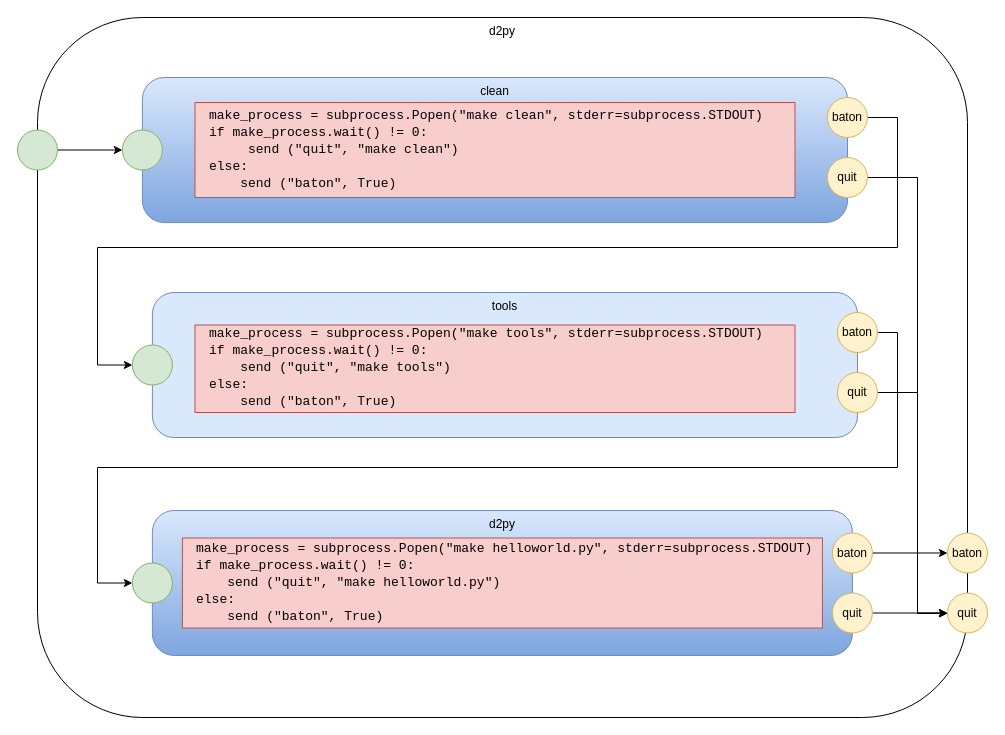
This is d2py.drawio from guitarvydas/das, a draw.io file, before an edit. Source tidied: cells renumbered, new cells numbered last; positions are measured from the earlier drawing's top-left corner, leaving out a move shared by most shapes. Both pictures are drawn from the tidied source at 100%, with x=0, y=0 at pixel (17, 17).
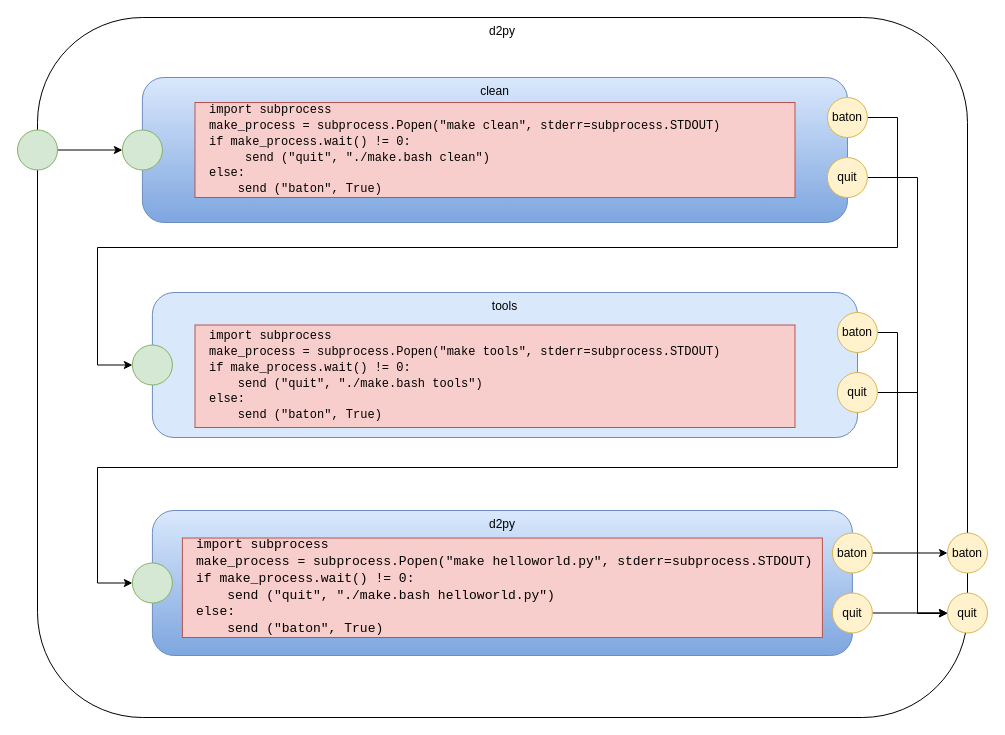
The same page after the edit.

Diff of the diagram source:
```diff
@@
-    <mxCell id="6" value="&lt;pre class=&quot;lang-py s-code-block&quot; style=&quot;margin-top: 0px ; margin-bottom: 0px ; padding: 12px ; border: 0px ; font-stretch: inherit ; line-height: 1.30769 ; vertical-align: baseline ; box-sizing: inherit ; width: auto ; max-height: 600px ; overflow: auto ; border-radius: 5px ; overflow-wrap: normal&quot;&gt;&lt;span style=&quot;font-size: 13px&quot;&gt;make_process = subprocess.Popen(&quot;make clean&quot;, stderr=subprocess.STDOUT)&lt;br&gt;if make_process.wait() != 0:&lt;br&gt;     send (&quot;quit&quot;, &quot;make clean&quot;)&lt;br&gt;else:&lt;br&gt;    send (&quot;baton&quot;, True)&lt;/span&gt;&lt;/pre&gt;&lt;div&gt;&lt;/div&gt;" style="rounded=0;whiteSpace=wrap;html=1;fillColor=#f8cecc;strokeColor=#b85450;align=left;" parent="1" vertex="1">
+    <mxCell id="6" value="&lt;pre class=&quot;lang-py s-code-block&quot; style=&quot;margin-top: 0px ; margin-bottom: 0px ; padding: 12px ; border: 0px ; font-stretch: inherit ; line-height: 1.30769 ; vertical-align: baseline ; box-sizing: inherit ; width: auto ; max-height: 600px ; overflow: auto ; border-radius: 5px ; overflow-wrap: normal&quot;&gt;import subprocess&lt;br&gt;make_process = subprocess.Popen(&quot;make clean&quot;, stderr=subprocess.STDOUT)&lt;br&gt;if make_process.wait() != 0:&lt;br&gt;     send (&quot;quit&quot;, &quot;./make.bash clean&quot;)&lt;br&gt;else:&lt;br&gt;    send (&quot;baton&quot;, True)&lt;/pre&gt;&lt;div&gt;&lt;/div&gt;" style="rounded=0;whiteSpace=wrap;html=1;fillColor=#f8cecc;strokeColor=#b85450;align=left;" parent="1" vertex="1">
       <mxGeometry x="177.5" y="85" width="600" height="95" as="geometry" />
     </mxCell>
-    <mxCell id="7" value="&lt;pre class=&quot;lang-py s-code-block&quot; style=&quot;margin-top: 0px ; margin-bottom: 0px ; padding: 12px ; border: 0px ; font-stretch: inherit ; line-height: 1.30769 ; vertical-align: baseline ; box-sizing: inherit ; width: auto ; max-height: 600px ; overflow: auto ; border-radius: 5px ; overflow-wrap: normal&quot;&gt;&lt;span style=&quot;font-size: 13px&quot;&gt;make_process = subprocess.Popen(&quot;make tools&quot;, stderr=subprocess.STDOUT)&lt;br&gt;if make_process.wait() != 0:&lt;br&gt;    send (&quot;quit&quot;, &quot;make tools&quot;)&lt;br&gt;else:&lt;br&gt;    send (&quot;baton&quot;, True)&lt;/span&gt;&lt;/pre&gt;&lt;div&gt;&lt;/div&gt;" style="rounded=0;whiteSpace=wrap;html=1;fillColor=#f8cecc;strokeColor=#b85450;align=left;" parent="1" vertex="1">
-      <mxGeometry x="177.5" y="307.5" width="600" height="87.5" as="geometry" />
+    <mxCell id="7" value="&lt;pre class=&quot;lang-py s-code-block&quot; style=&quot;margin-top: 0px ; margin-bottom: 0px ; padding: 12px ; border: 0px ; font-stretch: inherit ; line-height: 1.30769 ; vertical-align: baseline ; box-sizing: inherit ; width: auto ; max-height: 600px ; overflow: auto ; border-radius: 5px ; overflow-wrap: normal&quot;&gt;import subprocess&lt;br&gt;make_process = subprocess.Popen(&quot;make tools&quot;, stderr=subprocess.STDOUT)&lt;br&gt;if make_process.wait() != 0:&lt;br&gt;    send (&quot;quit&quot;, &quot;./make.bash tools&quot;)&lt;br&gt;else:&lt;br&gt;    send (&quot;baton&quot;, True)&lt;/pre&gt;&lt;div&gt;&lt;/div&gt;" style="rounded=0;whiteSpace=wrap;html=1;fillColor=#f8cecc;strokeColor=#b85450;align=left;" parent="1" vertex="1">
+      <mxGeometry x="177.5" y="307.5" width="600" height="102.5" as="geometry" />
     </mxCell>
-    <mxCell id="8" value="&lt;pre class=&quot;lang-py s-code-block&quot; style=&quot;margin-top: 0px ; margin-bottom: 0px ; padding: 12px ; border: 0px ; font-stretch: inherit ; line-height: 1.30769 ; vertical-align: baseline ; box-sizing: inherit ; width: auto ; max-height: 600px ; overflow: auto ; border-radius: 5px ; overflow-wrap: normal&quot;&gt;&lt;span style=&quot;font-size: 13px&quot;&gt;make_process = subprocess.Popen(&quot;make helloworld.py&quot;, stderr=subprocess.STDOUT)&lt;br&gt;if make_process.wait() != 0:&lt;br&gt;    send (&quot;quit&quot;, &quot;make helloworld.py&quot;)&lt;br&gt;else:&lt;br&gt;    send (&quot;baton&quot;, True)&lt;/span&gt;&lt;/pre&gt;&lt;div&gt;&lt;/div&gt;" style="rounded=0;whiteSpace=wrap;html=1;fillColor=#f8cecc;strokeColor=#b85450;align=left;" parent="1" vertex="1">
-      <mxGeometry x="164.9" y="520.5" width="640" height="90" as="geometry" />
+    <mxCell id="8" value="&lt;pre class=&quot;lang-py s-code-block&quot; style=&quot;margin-top: 0px ; margin-bottom: 0px ; padding: 12px ; border: 0px ; font-stretch: inherit ; line-height: 1.30769 ; vertical-align: baseline ; box-sizing: inherit ; width: auto ; max-height: 600px ; overflow: auto ; border-radius: 5px ; overflow-wrap: normal&quot;&gt;&lt;span style=&quot;font-size: 13px&quot;&gt;import subprocess&lt;br&gt;make_process = subprocess.Popen(&quot;make helloworld.py&quot;, stderr=subprocess.STDOUT)&lt;br&gt;if make_process.wait() != 0:&lt;br&gt;    send (&quot;quit&quot;, &quot;./make.bash helloworld.py&quot;)&lt;br&gt;else:&lt;br&gt;    send (&quot;baton&quot;, True)&lt;/span&gt;&lt;/pre&gt;&lt;div&gt;&lt;/div&gt;" style="rounded=0;whiteSpace=wrap;html=1;fillColor=#f8cecc;strokeColor=#b85450;align=left;" parent="1" vertex="1">
+      <mxGeometry x="164.9" y="520.5" width="640" height="99.5" as="geometry" />
     </mxCell>
```
